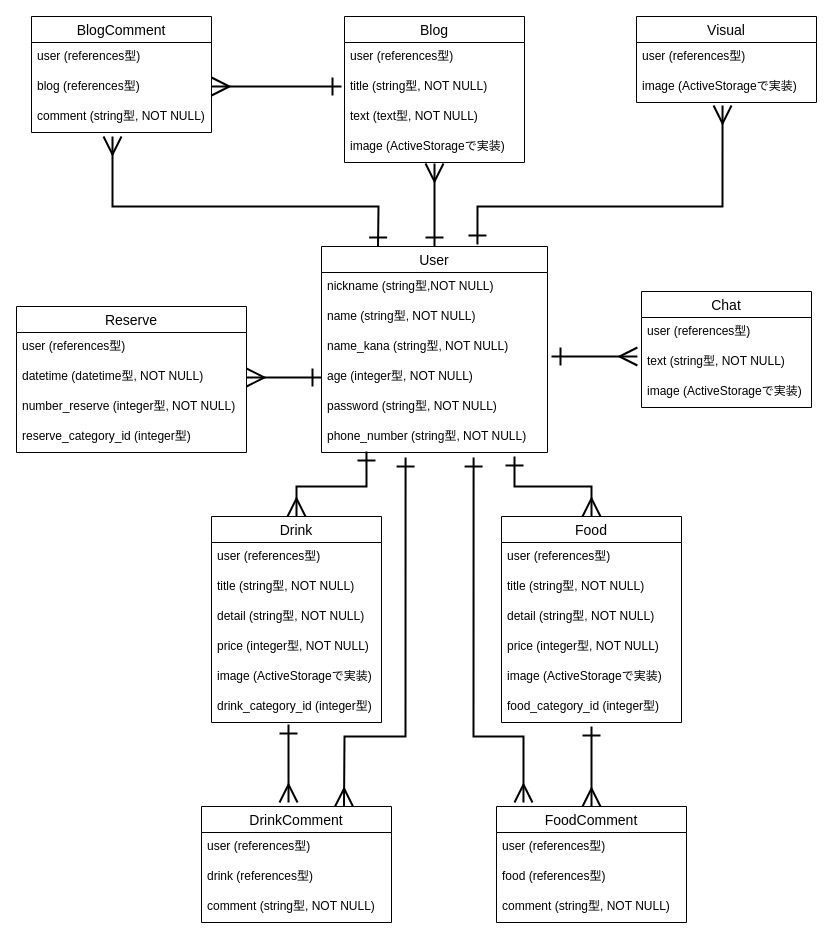
Above: index.dio in Ryo-Nogawa/izakaya_app (draw.io), before the change. Source tidied: cells renumbered, new cells numbered last; positions are measured from the earlier drawing's top-left corner, leaving out a move shared by most shapes. Both pictures are drawn from the tidied source at 100%, with x=0, y=0 at pixel (16, 16).
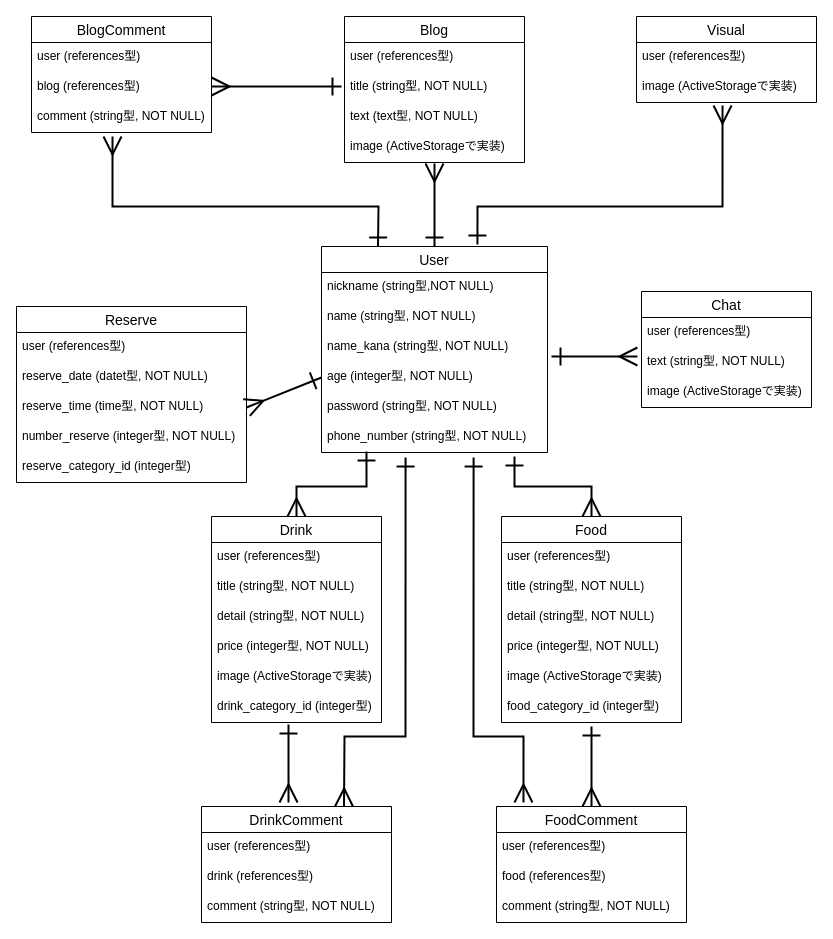
Above is the later version.

Commit message (it also covers changes not shown here):
reserveテーブルのカラムの追加

What changed in the source:
```diff
@@
     <mxCell id="41" value="Reserve" style="swimlane;fontStyle=0;horizontal=1;startSize=26;align=center;fontSize=14;" parent="1" vertex="1">
-      <mxGeometry y="290" width="230" height="146" as="geometry" />
+      <mxGeometry y="290" width="230" height="176" as="geometry" />
     </mxCell>
@@
+    <mxCell id="64" value="reserve_date (datet型, NOT NULL)" style="text;strokeColor=none;fillColor=none;spacingLeft=4;spacingRight=4;overflow=hidden;fontSize=12;" parent="41" vertex="1">
+      <mxGeometry y="56" width="230" height="30" as="geometry" />
+    </mxCell>
-    <mxCell id="43" value="datetime (datetime型, NOT NULL)" style="text;strokeColor=none;fillColor=none;spacingLeft=4;spacingRight=4;overflow=hidden;points=[[0,0.5],[1,0.5]];portConstraint=eastwest;fontSize=12;" parent="41" vertex="1">
-      <mxGeometry y="56" width="230" height="30" as="geometry" />
+    <mxCell id="43" value="reserve_time (time型, NOT NULL)" style="text;strokeColor=none;fillColor=none;spacingLeft=4;spacingRight=4;overflow=hidden;points=[[0,0.5],[1,0.5]];portConstraint=eastwest;fontSize=12;" parent="41" vertex="1">
+      <mxGeometry y="86" width="230" height="30" as="geometry" />
     </mxCell>
     <mxCell id="44" value="number_reserve (integer型, NOT NULL)" style="text;strokeColor=none;fillColor=none;spacingLeft=4;spacingRight=4;overflow=hidden;fontSize=12;" parent="41" vertex="1">
-      <mxGeometry y="86" width="230" height="30" as="geometry" />
+      <mxGeometry y="116" width="230" height="30" as="geometry" />
     </mxCell>
     <mxCell id="45" value="reserve_category_id (integer型)" style="text;strokeColor=none;fillColor=none;spacingLeft=4;spacingRight=4;overflow=hidden;fontSize=12;" parent="41" vertex="1">
-      <mxGeometry y="116" width="230" height="30" as="geometry" />
+      <mxGeometry y="146" width="230" height="30" as="geometry" />
     </mxCell>
```
